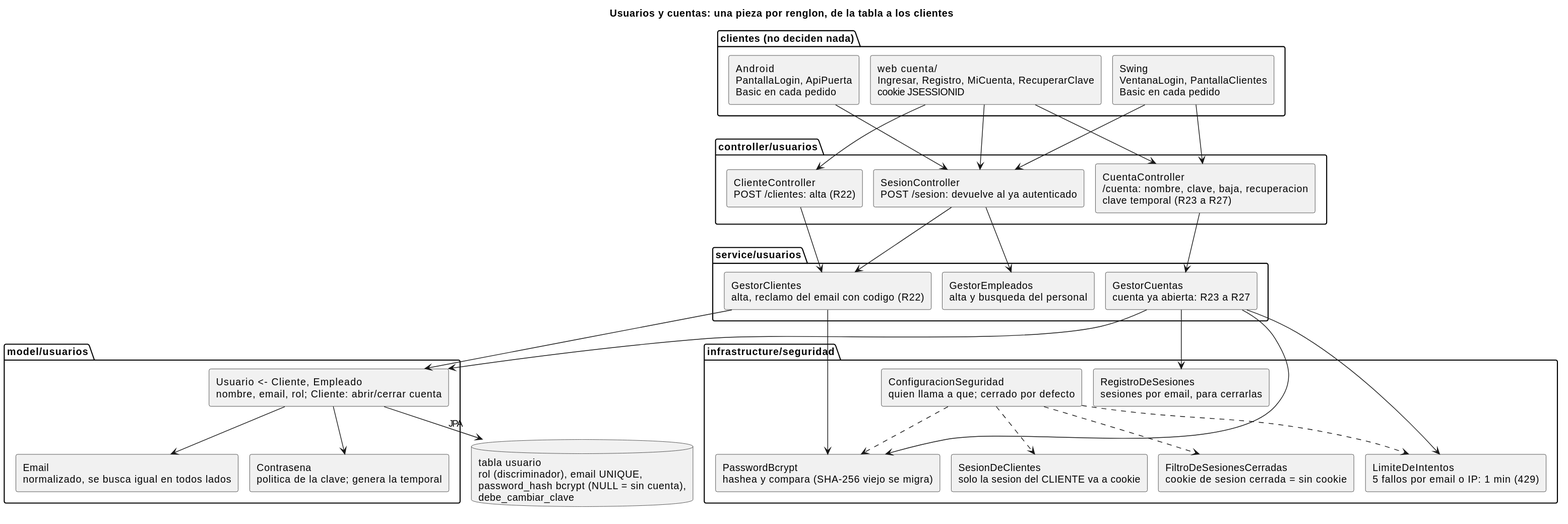
Above: _other/docs/diagramas/usuarios-capas.svg in andreiveisuade/cine-uade (PlantUML), before the change. The source it was exported from:
```plantuml
@startuml
title Usuarios y cuentas: una pieza por renglon, de la tabla a los clientes

skinparam componentStyle rectangle
skinparam nodesep 16
skinparam ranksep 30
skinparam defaultTextAlignment left

package "clientes (no deciden nada)" {
  [web cuenta/\nIngresar, Registro, MiCuenta, RecuperarClave\ncookie JSESSIONID] as WEB
  [Swing\nVentanaLogin, PantallaClientes\nBasic en cada pedido] as SW
  [Android\nPantallaLogin, ApiPuerta\nBasic en cada pedido] as AND
}

package "controller/usuarios" {
  [SesionController\nPOST /sesion: devuelve al ya autenticado] as SC
  [ClienteController\nPOST /clientes: alta (R22)] as CC
  [CuentaController\n/cuenta: nombre, clave, baja, recuperacion\nclave temporal (R23 a R27)] as CUC
}

package "service/usuarios" {
  [GestorClientes\nalta, reclamo del email con codigo (R22)] as GCL
  [GestorCuentas\ncuenta ya abierta: R23 a R27] as GCU
  [GestorEmpleados\nalta y busqueda del personal] as GEM
}

package "infrastructure/seguridad" {
  [ConfiguracionSeguridad\nquien llama a que; cerrado por defecto] as CFG
  [PasswordBcrypt\nhashea y compara (SHA-256 viejo se migra)] as BC
  [SesionDeClientes\nsolo la sesion del CLIENTE va a cookie] as SDC
  [RegistroDeSesiones\nsesiones por email, para cerrarlas] as RS
  [FiltroDeSesionesCerradas\ncookie de sesion cerrada = sin cookie] as FSC
  [LimiteDeIntentos\n5 fallos por email o IP: 1 min (429)] as LI
}

package "model/usuarios" {
  [Usuario  <- Cliente, Empleado\nnombre, email, rol; Cliente: abrir/cerrar cuenta] as US
  [Email\nnormalizado, se busca igual en todos lados] as EM
  [Contrasena\npolitica de la clave; genera la temporal] as CO
}

database "tabla usuario\nrol (discriminador), email UNIQUE,\npassword_hash bcrypt (NULL = sin cuenta),\ndebe_cambiar_clave" as DB

WEB --> SC
WEB --> CC
WEB --> CUC
SW --> SC
SW --> CUC
AND --> SC
SC --> GCL
SC --> GEM
CC --> GCL
CUC --> GCU
GCU --> LI
GCU --> RS
GCU --> BC
GCL --> BC
GCU --> US
GCL --> US
US --> EM
US --> CO
US --> DB : JPA
CFG ..> SDC
CFG ..> FSC
CFG ..> LI
CFG ..> BC
@enduml
```
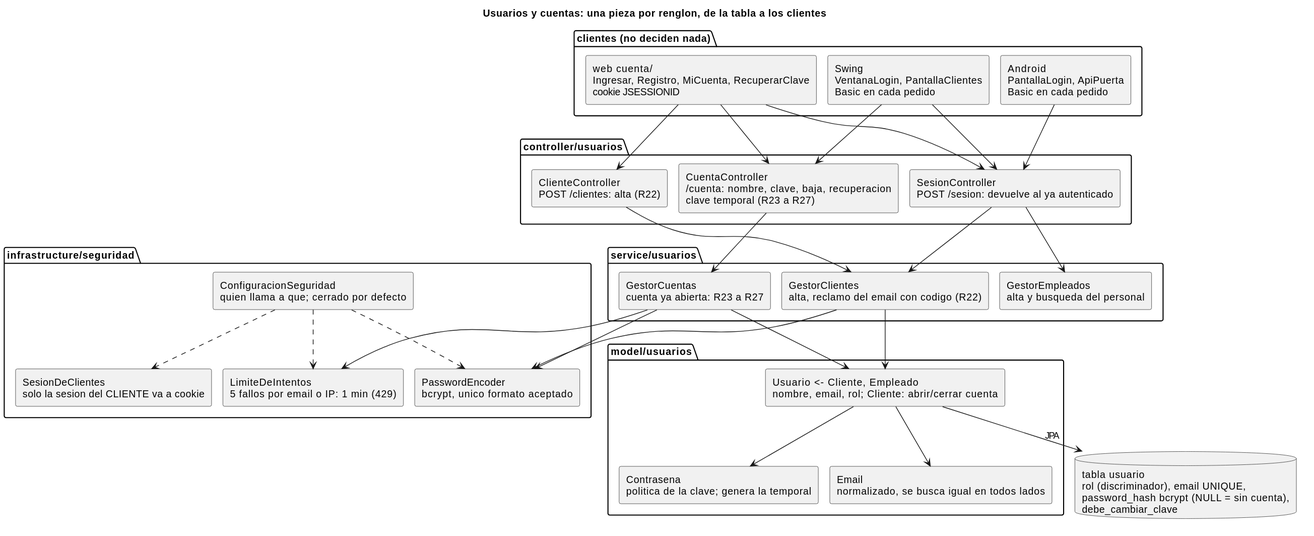
Above is the later version.

Commit message:
docs(diagramas): decorator, usuarios y adapter de mercado pago sin las clases que ya no existen

What changed in the source:
```diff
@@ -26,10 +26,8 @@
 
 package "infrastructure/seguridad" {
   [ConfiguracionSeguridad\nquien llama a que; cerrado por defecto] as CFG
-  [PasswordBcrypt\nhashea y compara (SHA-256 viejo se migra)] as BC
+  [PasswordEncoder\nbcrypt, unico formato aceptado] as BC
   [SesionDeClientes\nsolo la sesion del CLIENTE va a cookie] as SDC
-  [RegistroDeSesiones\nsesiones por email, para cerrarlas] as RS
-  [FiltroDeSesionesCerradas\ncookie de sesion cerrada = sin cookie] as FSC
   [LimiteDeIntentos\n5 fallos por email o IP: 1 min (429)] as LI
 }
 
@@ -52,7 +50,6 @@
 CC --> GCL
 CUC --> GCU
 GCU --> LI
-GCU --> RS
 GCU --> BC
 GCL --> BC
 GCU --> US
@@ -61,7 +58,6 @@
 US --> CO
 US --> DB : JPA
 CFG ..> SDC
-CFG ..> FSC
 CFG ..> LI
 CFG ..> BC
 @enduml
```
